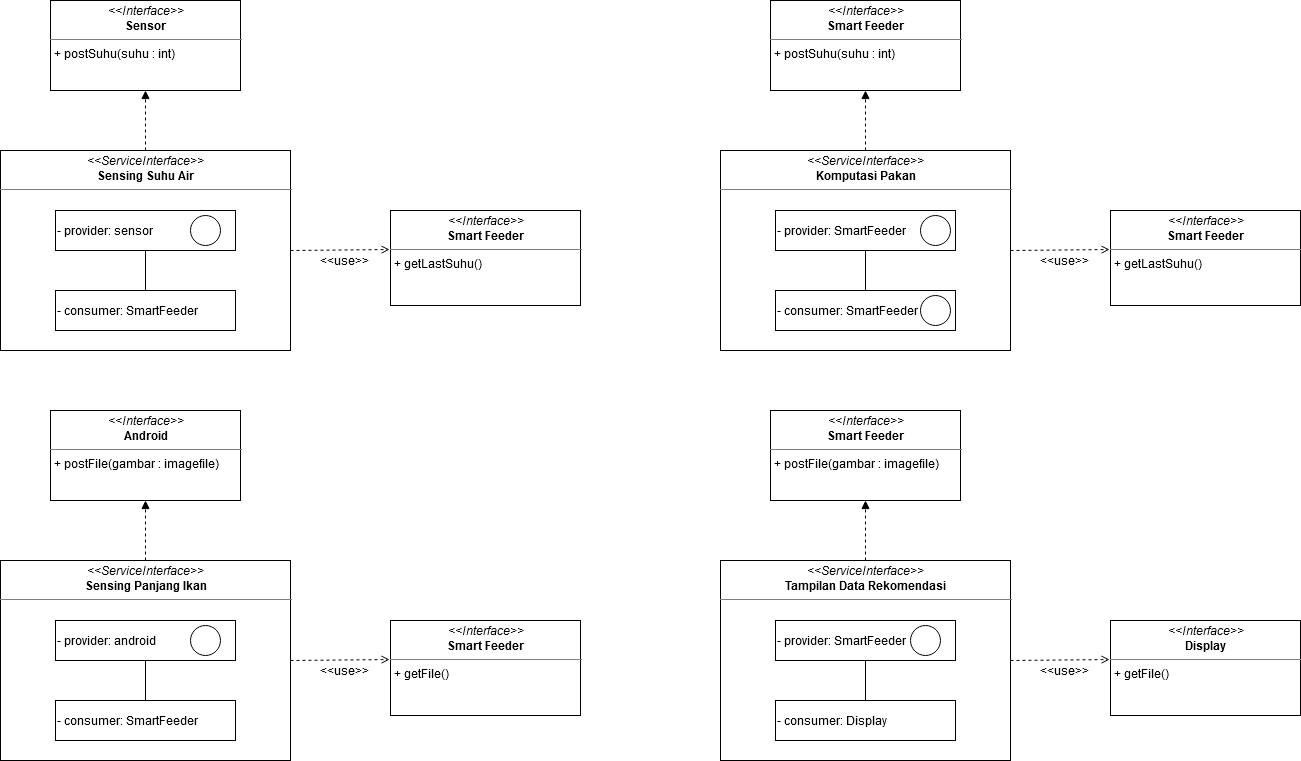
The draw.io diagram serviceinterface.png in shadow17t/diagram, before a commit. Source tidied: cells renumbered, new cells last; positions are measured from the earlier drawing's top-left corner, leaving out a move shared by most shapes.
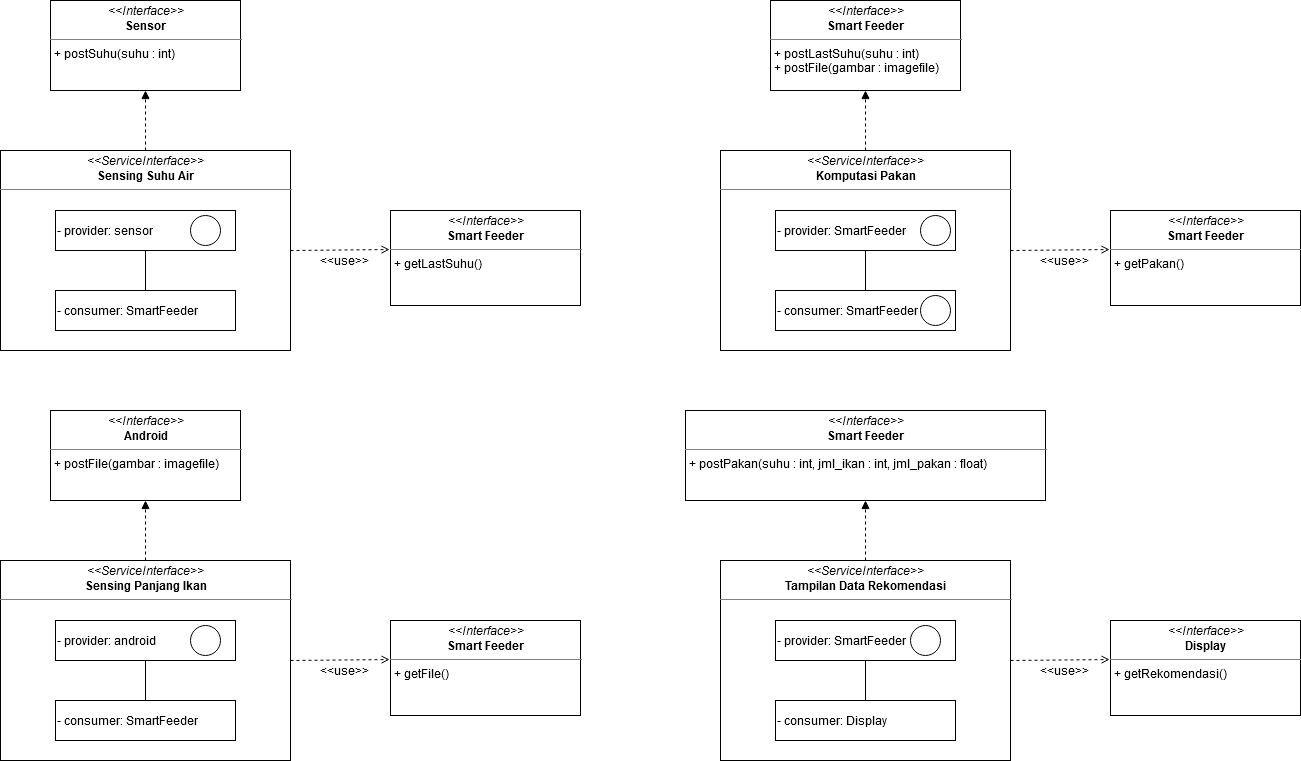
The same file after the commit.

The edit, as a diff of the source:
```diff
@@ -62,7 +62,7 @@
     <mxCell id="21" value="&amp;lt;&amp;lt;use&amp;gt;&amp;gt;" style="text;html=1;strokeColor=none;fillColor=none;align=center;verticalAlign=middle;whiteSpace=wrap;rounded=0;" parent="1" vertex="1">
       <mxGeometry x="324" y="660" width="40" height="20" as="geometry" />
     </mxCell>
-    <mxCell id="22" value="&lt;p style=&quot;margin: 0px ; margin-top: 4px ; text-align: center&quot;&gt;&lt;i&gt;&amp;lt;&amp;lt;Interface&amp;gt;&amp;gt;&lt;/i&gt;&lt;br&gt;&lt;b&gt;Smart Feeder&lt;br&gt;&lt;/b&gt;&lt;/p&gt;&lt;hr size=&quot;1&quot;&gt;&lt;p style=&quot;margin: 0px ; margin-left: 4px&quot;&gt;+ postSuhu(suhu : int)&lt;br&gt;&lt;/p&gt;" style="verticalAlign=top;align=left;overflow=fill;fontSize=12;fontFamily=Helvetica;html=1;" parent="1" vertex="1">
+    <mxCell id="22" value="&lt;p style=&quot;margin: 0px ; margin-top: 4px ; text-align: center&quot;&gt;&lt;i&gt;&amp;lt;&amp;lt;Interface&amp;gt;&amp;gt;&lt;/i&gt;&lt;br&gt;&lt;b&gt;Smart Feeder&lt;br&gt;&lt;/b&gt;&lt;/p&gt;&lt;hr size=&quot;1&quot;&gt;&lt;p style=&quot;margin: 0px ; margin-left: 4px&quot;&gt;+ postLastSuhu(suhu : int)&lt;/p&gt;&lt;p style=&quot;margin: 0px ; margin-left: 4px&quot;&gt;+ postFile(gambar : imagefile)&lt;br&gt;&lt;/p&gt;" style="verticalAlign=top;align=left;overflow=fill;fontSize=12;fontFamily=Helvetica;html=1;" parent="1" vertex="1">
       <mxGeometry x="770" width="190" height="90" as="geometry" />
     </mxCell>
     <mxCell id="23" value="&lt;p style=&quot;margin: 0px ; margin-top: 4px ; text-align: center&quot;&gt;&lt;i&gt;&amp;lt;&amp;lt;ServiceInterface&amp;gt;&amp;gt;&lt;/i&gt;&lt;br&gt;&lt;b&gt;Komputasi Pakan&lt;br&gt;&lt;/b&gt;&lt;/p&gt;&lt;hr size=&quot;1&quot;&gt;" style="verticalAlign=top;align=left;overflow=fill;fontSize=12;fontFamily=Helvetica;html=1;" parent="1" vertex="1">
@@ -83,7 +83,7 @@
     <mxCell id="28" style="endArrow=block;html=1;entryX=0.5;entryY=1;entryDx=0;entryDy=0;exitX=0.5;exitY=0;exitDx=0;exitDy=0;dashed=1;endFill=1;" parent="1" edge="1" source="23" target="22">
       <mxGeometry relative="1" as="geometry" />
     </mxCell>
-    <mxCell id="29" value="&lt;p style=&quot;margin: 0px ; margin-top: 4px ; text-align: center&quot;&gt;&lt;i&gt;&amp;lt;&amp;lt;Interface&amp;gt;&amp;gt;&lt;/i&gt;&lt;br&gt;&lt;b&gt;Smart Feeder&lt;br&gt;&lt;/b&gt;&lt;/p&gt;&lt;hr size=&quot;1&quot;&gt;&lt;p style=&quot;margin: 0px ; margin-left: 4px&quot;&gt;+ getLastSuhu()&lt;br&gt;&lt;/p&gt;" style="verticalAlign=top;align=left;overflow=fill;fontSize=12;fontFamily=Helvetica;html=1;" parent="1" vertex="1">
+    <mxCell id="29" value="&lt;p style=&quot;margin: 0px ; margin-top: 4px ; text-align: center&quot;&gt;&lt;i&gt;&amp;lt;&amp;lt;Interface&amp;gt;&amp;gt;&lt;/i&gt;&lt;br&gt;&lt;b&gt;Smart Feeder&lt;br&gt;&lt;/b&gt;&lt;/p&gt;&lt;hr size=&quot;1&quot;&gt;&lt;p style=&quot;margin: 0px ; margin-left: 4px&quot;&gt;+ getPakan()&lt;br&gt;&lt;/p&gt;" style="verticalAlign=top;align=left;overflow=fill;fontSize=12;fontFamily=Helvetica;html=1;" parent="1" vertex="1">
       <mxGeometry x="1110" y="210" width="190" height="95" as="geometry" />
     </mxCell>
     <mxCell id="30" style="endArrow=open;html=1;dashed=1;exitX=1;exitY=0.5;exitDx=0;exitDy=0;entryX=-0.005;entryY=0.411;entryDx=0;entryDy=0;entryPerimeter=0;endFill=0;" parent="1" edge="1" source="23" target="29">
@@ -95,8 +95,8 @@
     <mxCell id="32" style="ellipse;whiteSpace=wrap;html=1;" parent="1" vertex="1">
       <mxGeometry x="920" y="295" width="30" height="30" as="geometry" />
     </mxCell>
-    <mxCell id="33" value="&lt;p style=&quot;margin: 0px ; margin-top: 4px ; text-align: center&quot;&gt;&lt;i&gt;&amp;lt;&amp;lt;Interface&amp;gt;&amp;gt;&lt;/i&gt;&lt;br&gt;&lt;b&gt;Smart Feeder&lt;br&gt;&lt;/b&gt;&lt;/p&gt;&lt;hr size=&quot;1&quot;&gt;&lt;p style=&quot;margin: 0px ; margin-left: 4px&quot;&gt;+ postFile(gambar : imagefile)&lt;br&gt;&lt;/p&gt;" style="verticalAlign=top;align=left;overflow=fill;fontSize=12;fontFamily=Helvetica;html=1;" parent="1" vertex="1">
-      <mxGeometry x="770" y="410" width="190" height="90" as="geometry" />
+    <mxCell id="33" value="&lt;p style=&quot;margin: 0px ; margin-top: 4px ; text-align: center&quot;&gt;&lt;i&gt;&amp;lt;&amp;lt;Interface&amp;gt;&amp;gt;&lt;/i&gt;&lt;br&gt;&lt;b&gt;Smart Feeder&lt;br&gt;&lt;/b&gt;&lt;/p&gt;&lt;hr size=&quot;1&quot;&gt;&lt;p style=&quot;margin: 0px ; margin-left: 4px&quot;&gt;+ postPakan(suhu : int, jml_ikan : int, jml_pakan : float)&lt;br&gt;&lt;/p&gt;" style="verticalAlign=top;align=left;overflow=fill;fontSize=12;fontFamily=Helvetica;html=1;" parent="1" vertex="1">
+      <mxGeometry x="685" y="410" width="360" height="90" as="geometry" />
     </mxCell>
     <mxCell id="34" value="&lt;p style=&quot;margin: 0px ; margin-top: 4px ; text-align: center&quot;&gt;&lt;i&gt;&amp;lt;&amp;lt;ServiceInterface&amp;gt;&amp;gt;&lt;/i&gt;&lt;br&gt;&lt;b&gt;Tampilan Data Rekomendasi&lt;br&gt;&lt;/b&gt;&lt;/p&gt;&lt;hr size=&quot;1&quot;&gt;" style="verticalAlign=top;align=left;overflow=fill;fontSize=12;fontFamily=Helvetica;html=1;" parent="1" vertex="1">
       <mxGeometry x="720" y="560" width="290" height="200" as="geometry" />
@@ -116,7 +116,7 @@
     <mxCell id="39" style="endArrow=block;html=1;entryX=0.5;entryY=1;entryDx=0;entryDy=0;exitX=0.5;exitY=0;exitDx=0;exitDy=0;dashed=1;endFill=1;" parent="1" edge="1" source="34" target="33">
       <mxGeometry relative="1" as="geometry" />
     </mxCell>
-    <mxCell id="40" value="&lt;p style=&quot;margin: 0px ; margin-top: 4px ; text-align: center&quot;&gt;&lt;i&gt;&amp;lt;&amp;lt;Interface&amp;gt;&amp;gt;&lt;/i&gt;&lt;br&gt;&lt;b&gt;Display&lt;br&gt;&lt;/b&gt;&lt;/p&gt;&lt;hr size=&quot;1&quot;&gt;&lt;p style=&quot;margin: 0px ; margin-left: 4px&quot;&gt;+ getFile()&lt;br&gt;&lt;/p&gt;" style="verticalAlign=top;align=left;overflow=fill;fontSize=12;fontFamily=Helvetica;html=1;" parent="1" vertex="1">
+    <mxCell id="40" value="&lt;p style=&quot;margin: 0px ; margin-top: 4px ; text-align: center&quot;&gt;&lt;i&gt;&amp;lt;&amp;lt;Interface&amp;gt;&amp;gt;&lt;/i&gt;&lt;br&gt;&lt;b&gt;Display&lt;br&gt;&lt;/b&gt;&lt;/p&gt;&lt;hr size=&quot;1&quot;&gt;&lt;p style=&quot;margin: 0px ; margin-left: 4px&quot;&gt;+ getRekomendasi()&lt;br&gt;&lt;/p&gt;" style="verticalAlign=top;align=left;overflow=fill;fontSize=12;fontFamily=Helvetica;html=1;" parent="1" vertex="1">
       <mxGeometry x="1110" y="620" width="190" height="95" as="geometry" />
     </mxCell>
     <mxCell id="41" style="endArrow=open;html=1;dashed=1;exitX=1;exitY=0.5;exitDx=0;exitDy=0;entryX=-0.005;entryY=0.411;entryDx=0;entryDy=0;entryPerimeter=0;endFill=0;" parent="1" edge="1" source="34" target="40">
```
